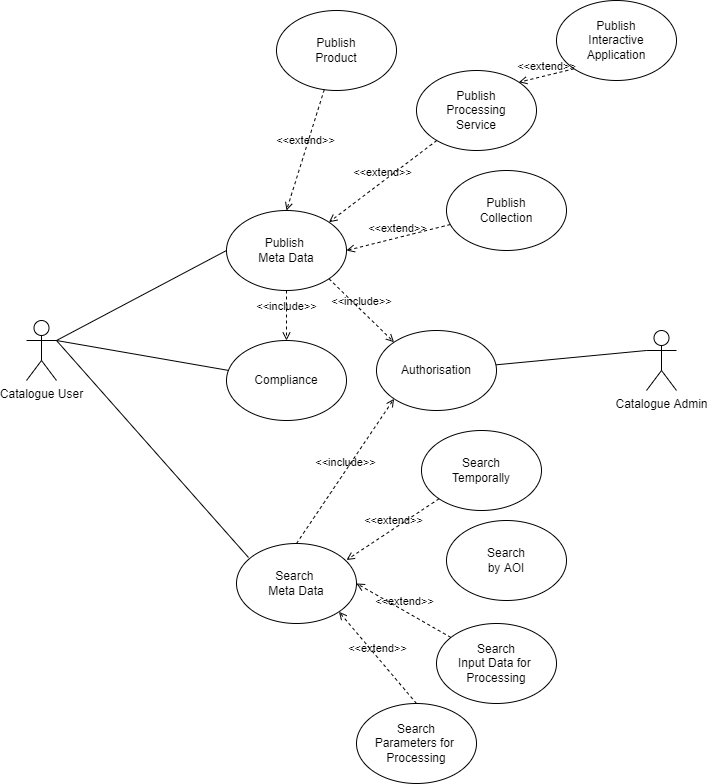
Earlier version of the draw.io export docs/img/resources/EOEPCA-Resource-Cat-Use-Cases.drawio.png (EOEPCA/system-description). Source tidied: cells renumbered, new cells last; positions are measured from the earlier drawing's top-left corner, leaving out a move shared by most shapes.
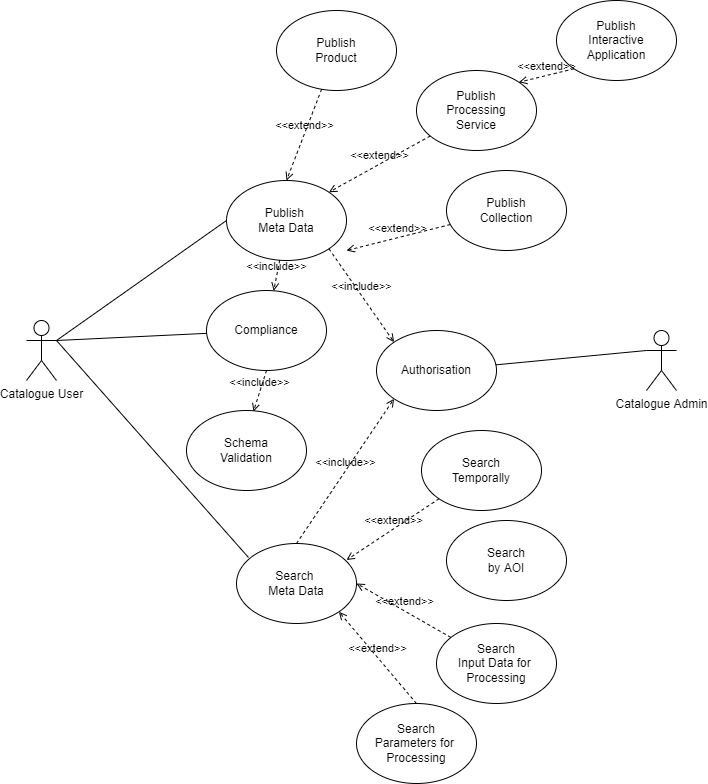
Later version of the same file.

Diff of the diagram source:
```diff
@@ -6,7 +6,7 @@
       <mxGeometry y="320" width="30" height="60" as="geometry" />
     </mxCell>
     <mxCell id="3" value="Publish &lt;br&gt;Meta Data" style="ellipse;whiteSpace=wrap;html=1;" parent="1" vertex="1">
-      <mxGeometry x="200" y="210" width="120" height="80" as="geometry" />
+      <mxGeometry x="200" y="180" width="120" height="80" as="geometry" />
     </mxCell>
     <mxCell id="4" value="Search&amp;nbsp;&lt;br&gt;Meta Data" style="ellipse;whiteSpace=wrap;html=1;" parent="1" vertex="1">
       <mxGeometry x="210" y="543" width="120" height="80" as="geometry" />
@@ -21,7 +21,7 @@
       <mxGeometry x="250" y="10" width="120" height="80" as="geometry" />
     </mxCell>
     <mxCell id="8" value="Compliance" style="ellipse;whiteSpace=wrap;html=1;" parent="1" vertex="1">
-      <mxGeometry x="200" y="340" width="120" height="80" as="geometry" />
+      <mxGeometry x="180" y="290" width="120" height="80" as="geometry" />
     </mxCell>
     <mxCell id="9" style="endArrow=none;html=1;rounded=0;exitX=1;exitY=0.3333333333333333;exitDx=0;exitDy=0;exitPerimeter=0;" parent="1" edge="1" source="2" target="8">
       <mxGeometry relative="1" as="geometry" />
@@ -90,5 +90,11 @@
     <mxCell id="29" value="&amp;lt;&amp;lt;include&amp;gt;&amp;gt;" style="html=1;verticalAlign=bottom;labelBackgroundColor=none;endArrow=open;endFill=0;dashed=1;rounded=0;" parent="1" edge="1" source="3" target="8">
       <mxGeometry relative="1" as="geometry" />
     </mxCell>
+    <mxCell id="30" value="Schema&lt;br&gt;Validation" style="ellipse;whiteSpace=wrap;html=1;" parent="1" vertex="1">
+      <mxGeometry x="160" y="410" width="120" height="80" as="geometry" />
+    </mxCell>
+    <mxCell id="31" value="&amp;lt;&amp;lt;include&amp;gt;&amp;gt;" style="html=1;verticalAlign=bottom;labelBackgroundColor=none;endArrow=open;endFill=0;dashed=1;rounded=0;entryX=0.558;entryY=0.013;entryDx=0;entryDy=0;exitX=0.5;exitY=1;exitDx=0;exitDy=0;entryPerimeter=0;" parent="1" edge="1" source="8" target="30">
+      <mxGeometry relative="1" as="geometry" />
+    </mxCell>
   </root>
 </mxGraphModel>
```
